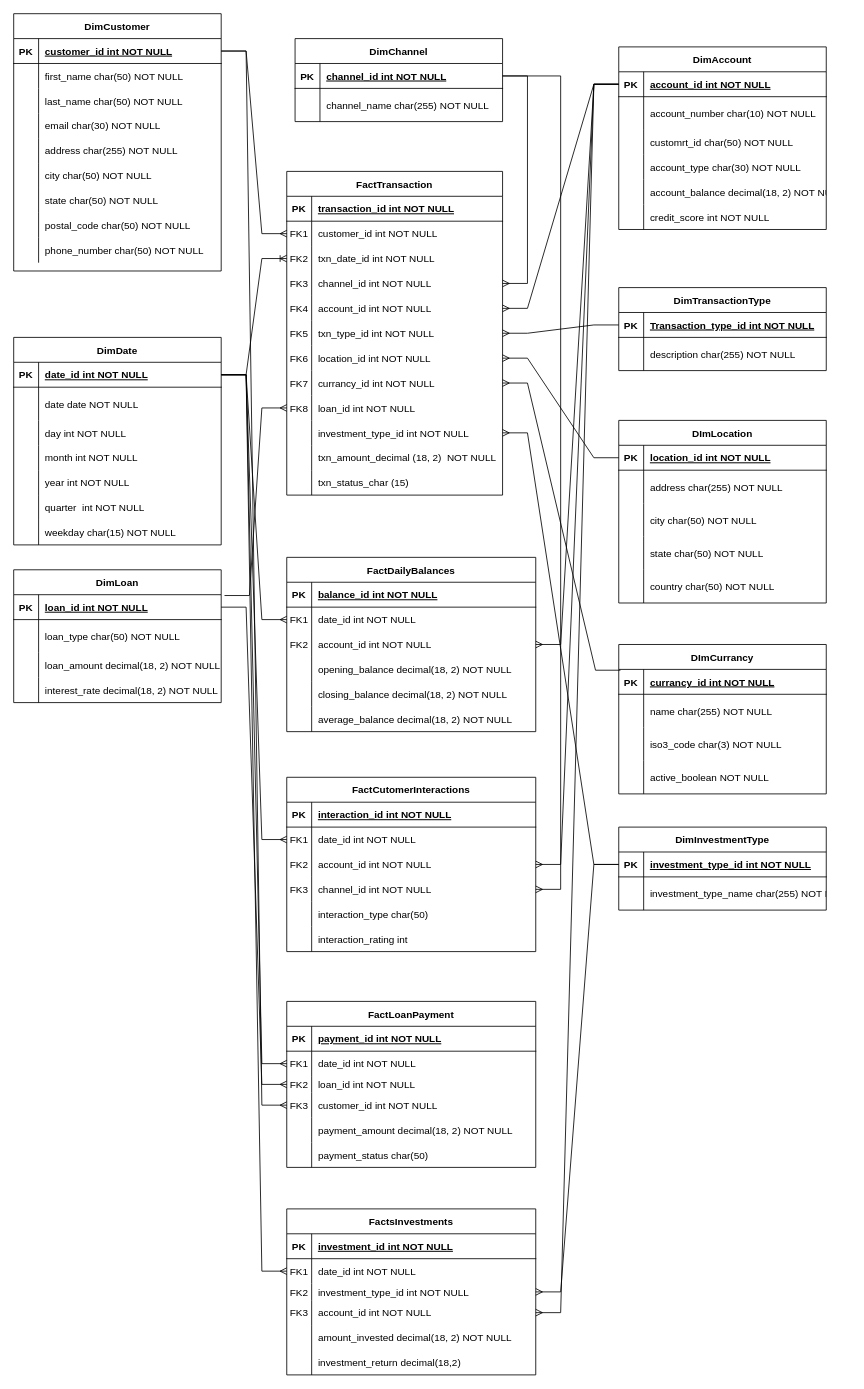
Before: logical-view.drawio in Sushil-Deore/Data-Warehouse-Design, a draw.io diagram. Source tidied: cells renumbered, new cells numbered last; positions are measured from the earlier drawing's top-left corner, leaving out a move shared by most shapes. Both pictures are drawn from the tidied source at 83%, with x=0, y=0 at pixel (13, 13).
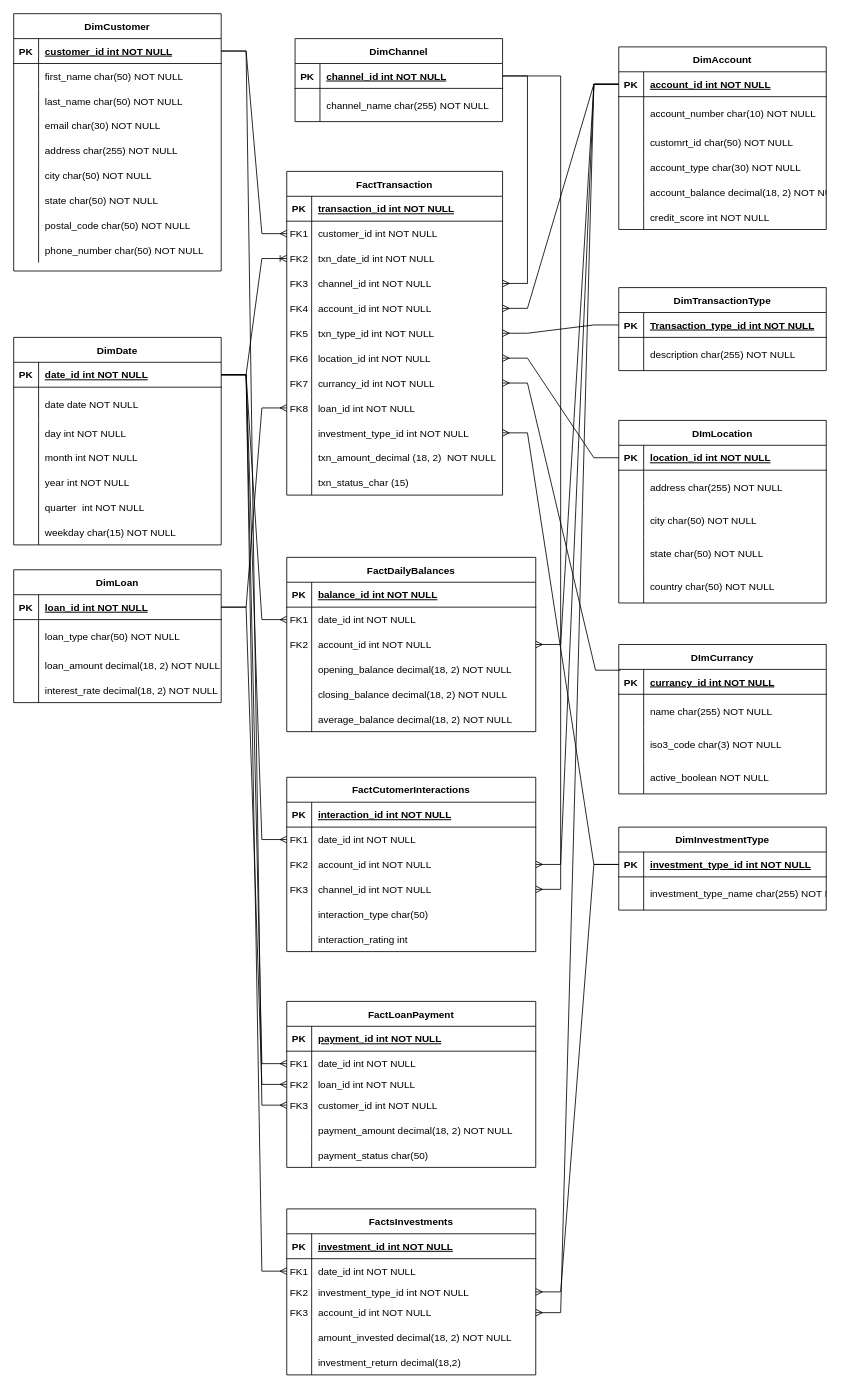
After the change.

Unchanged cells that the change refers to:
```xml
<mxCell id="27" style="shape=partialRectangle;fillColor=none;points=[[0,0.5],[1,0.5]];portConstraint=eastwest;top=0;left=0;right=0;bottom=0;" parent="2" vertex="1">
  <mxGeometry y="270" width="260" height="30" as="geometry" />
</mxCell>
<mxCell id="97" style="shape=partialRectangle;fillColor=none;points=[[0,0.5],[1,0.5]];portConstraint=eastwest;top=0;left=0;right=0;bottom=1;" parent="96" vertex="1">
  <mxGeometry y="30" width="250" height="30" as="geometry" />
</mxCell>
```

The edit, as a diff of the source:
```diff
@@
-    <mxCell id="178" style="edgeStyle=entityRelationEdgeStyle;fontSize=12;html=1;endArrow=ERmany;rounded=0;exitX=1.016;exitY=0.033;exitDx=0;exitDy=0;exitPerimeter=0;" parent="1" edge="1" source="97" target="27">
+    <mxCell id="178" style="edgeStyle=entityRelationEdgeStyle;fontSize=12;html=1;endArrow=ERmany;rounded=0;" parent="1" edge="1" source="97" target="27">
       <mxGeometry relative="1" as="geometry" />
     </mxCell>
```
